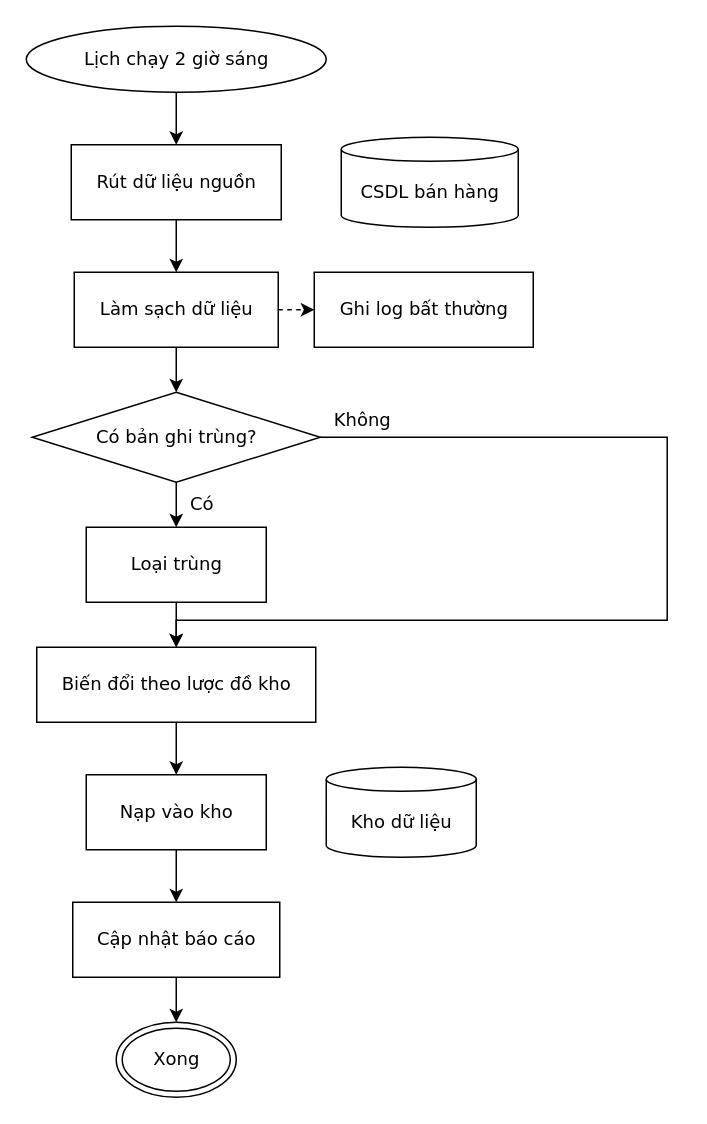
Above: conformance/golden/optimize/mermaid-06-etl.drawio in luytbq/flowcast (draw.io), before the change. Source tidied: cells renumbered, new cells numbered last; positions are measured from the earlier drawing's top-left corner, leaving out a move shared by most shapes. Both pictures are drawn from the tidied source at 150%, with x=0, y=0 at pixel (26, 26).
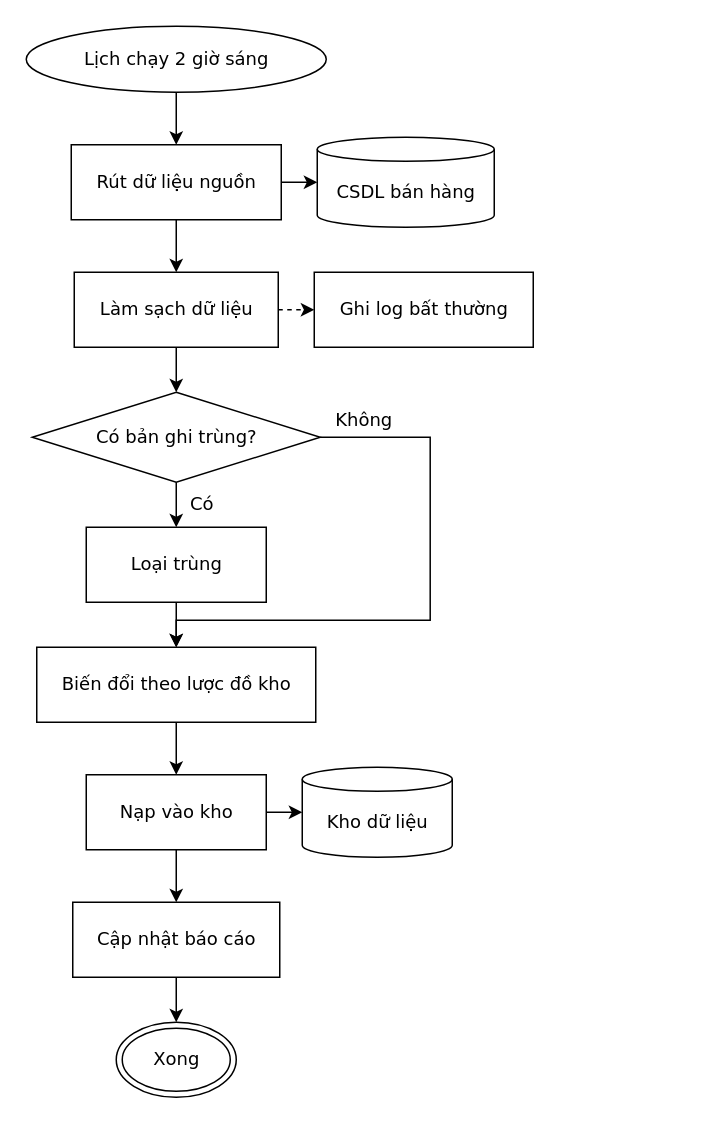
The same page after the edit.

Unchanged cells that the change refers to:
```xml
<mxCell id="3" value="Rút dữ liệu nguồn" style="rounded=0;html=1;fontFamily=Verdana;fontSize=12;flowtable=1;" parent="1" vertex="1">
  <mxGeometry x="30" y="79" width="140" height="50" as="geometry" />
</mxCell>
<mxCell id="6" value="Có bản ghi trùng?" style="rhombus;html=1;fontFamily=Verdana;fontSize=12;flowtable=1;" parent="1" vertex="1">
  <mxGeometry x="4" y="244" width="192" height="60" as="geometry" />
</mxCell>
<mxCell id="8" value="Biến đổi theo lược đồ kho" style="rounded=0;html=1;fontFamily=Verdana;fontSize=12;flowtable=1;" parent="1" vertex="1">
  <mxGeometry x="7" y="414" width="186" height="50" as="geometry" />
</mxCell>
<mxCell id="9" value="Nạp vào kho" style="rounded=0;html=1;fontFamily=Verdana;fontSize=12;flowtable=1;" parent="1" vertex="1">
  <mxGeometry x="40" y="499" width="120" height="50" as="geometry" />
</mxCell>
```

Change to the diagram source:
```diff
@@
     <mxCell id="4" value="CSDL bán hàng" style="shape=cylinder3;html=1;boundedLbl=1;backgroundOutline=1;size=8;fontFamily=Verdana;fontSize=12;flowtable=1;" parent="1" vertex="1">
-      <mxGeometry x="210" y="74" width="118" height="60" as="geometry" />
+      <mxGeometry x="194" y="74" width="118" height="60" as="geometry" />
     </mxCell>
@@
     <mxCell id="10" value="Kho dữ liệu" style="shape=cylinder3;html=1;boundedLbl=1;backgroundOutline=1;size=8;fontFamily=Verdana;fontSize=12;flowtable=1;" parent="1" vertex="1">
-      <mxGeometry x="200" y="494" width="100" height="60" as="geometry" />
+      <mxGeometry x="184" y="494" width="100" height="60" as="geometry" />
     </mxCell>
@@
+    <mxCell id="24" style="edgeStyle=orthogonalEdgeStyle;rounded=0;jettySize=auto;html=1;labelBackgroundColor=default;exitX=1;exitY=0.5;exitDx=0;exitDy=0;entryX=0;entryY=0.5;entryDx=0;entryDy=0;fontFamily=Verdana;fontSize=12;flowtable=1;" parent="1" edge="1" source="3" target="4">
+      <mxGeometry relative="1" as="geometry" />
+    </mxCell>
@@
     <mxCell id="19" value="Không" style="edgeStyle=orthogonalEdgeStyle;rounded=0;jettySize=auto;html=1;labelBackgroundColor=default;exitX=1;exitY=0.5;exitDx=0;exitDy=0;entryX=0.5;entryY=0;entryDx=0;entryDy=0;fontFamily=Verdana;fontSize=12;flowtable=1;" parent="1" edge="1" source="6" target="8">
-      <mxGeometry x="-0.92" relative="1" as="geometry">
+      <mxGeometry x="-0.85" relative="1" as="geometry">
         <Array as="points">
-          <mxPoint x="427.3" y="274" />
-          <mxPoint x="427.3" y="396" />
+          <mxPoint x="269.3" y="274" />
+          <mxPoint x="269.3" y="396" />
           <mxPoint x="100" y="396" />
         </Array>
         <mxPoint y="-11.5" as="offset" />
       </mxGeometry>
     </mxCell>
@@
+    <mxCell id="25" style="edgeStyle=orthogonalEdgeStyle;rounded=0;jettySize=auto;html=1;labelBackgroundColor=default;exitX=1;exitY=0.5;exitDx=0;exitDy=0;entryX=0;entryY=0.5;entryDx=0;entryDy=0;fontFamily=Verdana;fontSize=12;flowtable=1;" parent="1" edge="1" source="9" target="10">
+      <mxGeometry relative="1" as="geometry" />
+    </mxCell>
```
